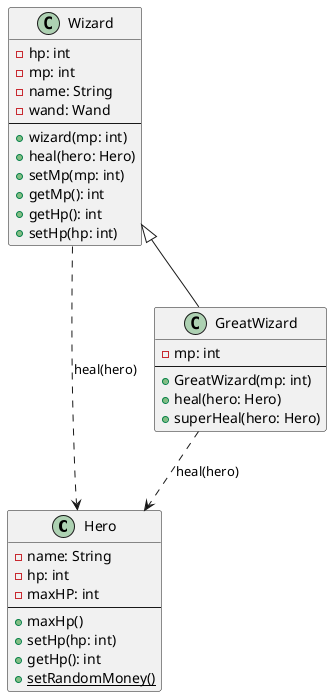
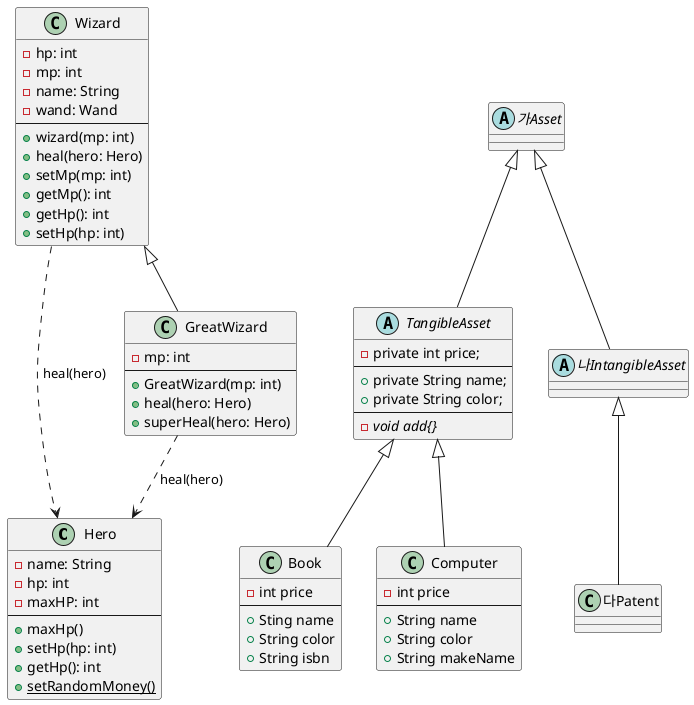
@startuml

class Hero {
  - name: String
  - hp: int
  - maxHP: int
  --
  + maxHp()
  + setHp(hp: int)
  + getHp(): int
  + setRandomMoney() {static}
}

class Wizard {
  - hp: int
  - mp: int
  - name: String
  - wand: Wand
  --
  + wizard(mp: int)
  + heal(hero: Hero)
  + setMp(mp: int)
  + getMp(): int
  + getHp(): int
  + setHp(hp: int)
}

class GreatWizard extends Wizard {
  - mp: int
  --
  + GreatWizard(mp: int)
  + heal(hero: Hero)
  + superHeal(hero: Hero)
}

Wizard ..> Hero : heal(hero)
GreatWizard ..> Hero : heal(hero)

+ class Book extends TangibleAsset{
+ - int price
+ --
+ + Sting name
+ + String color
+ + String isbn
+ }
+ 
+ class Computer extends TangibleAsset{
+ - int price
+ --
+ + String name
+ + String color
+ + String makeName
+ }
+ 
+ abstract class TangibleAsset extends 가Asset{
+ - private int price;
+ --
+ + private String name;
+ + private String color;
+ --
+ - {abstract} void add{}
+ }
+ 
+ abstract class 가Asset{
+ }
+ 
+ abstract class 나IntangibleAsset extends 가Asset{
+ }
+ 
+ class 다Patent extends 나IntangibleAsset{
+ }
@enduml